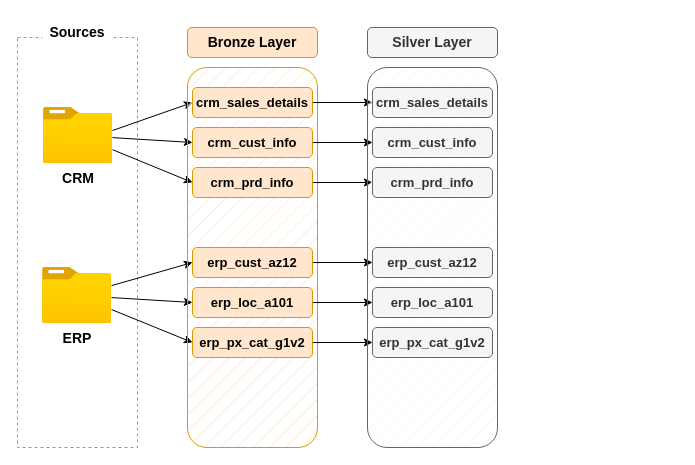
Before: images/data_flow.drawio in khanhnhan1512/SQL-Data-Warehouse-Project, a draw.io diagram. Source tidied: cells renumbered, new cells numbered last; positions are measured from the earlier drawing's top-left corner, leaving out a move shared by most shapes. Both pictures are drawn from the tidied source at 100%, with x=0, y=0 at pixel (17, 17).
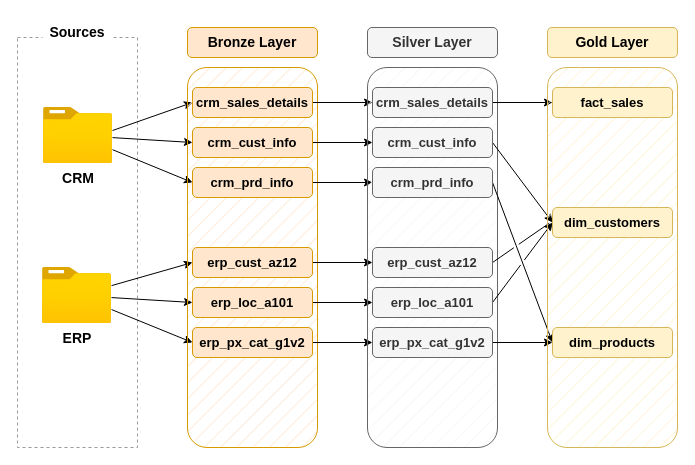
Above is the later version.

Commit message (it also covers changes not shown here):
finish gold layer

The change refers to these unchanged cells:
```xml
<mxCell id="30" value="&lt;b&gt;&lt;font style=&quot;font-size: 13px;&quot;&gt;crm_sales_details&lt;/font&gt;&lt;/b&gt;" style="rounded=1;whiteSpace=wrap;html=1;fillColor=#f5f5f5;strokeColor=#666666;fontColor=#333333;" parent="1" vertex="1">
  <mxGeometry x="355" y="70" width="120" height="30" as="geometry" />
</mxCell>
<mxCell id="31" value="&lt;b&gt;&lt;font style=&quot;font-size: 13px;&quot;&gt;crm_cust_info&lt;/font&gt;&lt;/b&gt;" style="rounded=1;whiteSpace=wrap;html=1;fillColor=#f5f5f5;strokeColor=#666666;fontColor=#333333;" parent="1" vertex="1">
  <mxGeometry x="355" y="110" width="120" height="30" as="geometry" />
</mxCell>
<mxCell id="32" value="&lt;b&gt;&lt;font style=&quot;font-size: 13px;&quot;&gt;crm_prd_info&lt;/font&gt;&lt;/b&gt;" style="rounded=1;whiteSpace=wrap;html=1;fillColor=#f5f5f5;strokeColor=#666666;fontColor=#333333;" parent="1" vertex="1">
  <mxGeometry x="355" y="150" width="120" height="30" as="geometry" />
</mxCell>
<mxCell id="33" value="&lt;b&gt;&lt;font style=&quot;font-size: 13px;&quot;&gt;erp_cust_az12&lt;/font&gt;&lt;/b&gt;" style="rounded=1;whiteSpace=wrap;html=1;fillColor=#f5f5f5;strokeColor=#666666;fontColor=#333333;" parent="1" vertex="1">
  <mxGeometry x="355" y="230" width="120" height="30" as="geometry" />
</mxCell>
<mxCell id="34" value="&lt;b&gt;&lt;font style=&quot;font-size: 13px;&quot;&gt;erp_loc_a101&lt;/font&gt;&lt;/b&gt;" style="rounded=1;whiteSpace=wrap;html=1;fillColor=#f5f5f5;strokeColor=#666666;fontColor=#333333;" parent="1" vertex="1">
  <mxGeometry x="355" y="270" width="120" height="30" as="geometry" />
</mxCell>
<mxCell id="35" value="&lt;b&gt;&lt;font style=&quot;font-size: 13px;&quot;&gt;erp_px_cat_g1v2&lt;/font&gt;&lt;/b&gt;" style="rounded=1;whiteSpace=wrap;html=1;fillColor=#f5f5f5;strokeColor=#666666;fontColor=#333333;" parent="1" vertex="1">
  <mxGeometry x="355" y="310" width="120" height="30" as="geometry" />
</mxCell>
```

Change to the diagram source:
```diff
@@
-<mxGraphModel>
+<mxGraphModel background="#ffffff">
@@
+    <mxCell id="36" style="edgeStyle=none;html=1;exitX=1;exitY=0.5;exitDx=0;exitDy=0;entryX=0;entryY=0.5;entryDx=0;entryDy=0;" parent="1" edge="1" source="30" target="44">
+      <mxGeometry relative="1" as="geometry" />
+    </mxCell>
@@
+    <mxCell id="37" style="edgeStyle=none;html=1;exitX=1;exitY=0.5;exitDx=0;exitDy=0;entryX=0;entryY=0.5;entryDx=0;entryDy=0;jumpStyle=gap;" parent="1" edge="1" source="31" target="45">
+      <mxGeometry relative="1" as="geometry" />
+    </mxCell>
@@
+    <mxCell id="38" style="edgeStyle=none;html=1;exitX=1;exitY=0.5;exitDx=0;exitDy=0;entryX=0;entryY=0.5;entryDx=0;entryDy=0;jumpStyle=gap;" parent="1" edge="1" source="32" target="46">
+      <mxGeometry relative="1" as="geometry" />
+    </mxCell>
@@
+    <mxCell id="39" style="edgeStyle=none;html=1;exitX=1;exitY=0.5;exitDx=0;exitDy=0;jumpStyle=gap;" parent="1" edge="1" source="33">
+      <mxGeometry relative="1" as="geometry">
+        <mxPoint x="540" y="200" as="targetPoint" />
+      </mxGeometry>
+    </mxCell>
@@
+    <mxCell id="40" style="edgeStyle=none;html=1;exitX=1;exitY=0.5;exitDx=0;exitDy=0;entryX=0;entryY=0.5;entryDx=0;entryDy=0;jumpStyle=gap;" parent="1" edge="1" source="34" target="45">
+      <mxGeometry relative="1" as="geometry" />
+    </mxCell>
@@
+    <mxCell id="41" style="edgeStyle=none;html=1;entryX=0;entryY=0.5;entryDx=0;entryDy=0;jumpStyle=gap;" parent="1" edge="1" source="35" target="46">
+      <mxGeometry relative="1" as="geometry" />
+    </mxCell>
@@
+    <mxCell id="42" value="&lt;b&gt;&lt;font style=&quot;font-size: 14px;&quot;&gt;Gold Layer&lt;/font&gt;&lt;/b&gt;" style="rounded=1;whiteSpace=wrap;html=1;fillColor=#fff2cc;strokeColor=#d6b656;" parent="1" vertex="1">
+      <mxGeometry x="530" y="10" width="130" height="30" as="geometry" />
+    </mxCell>
+    <mxCell id="43" style="rounded=1;whiteSpace=wrap;html=1;fillColor=#fff2cc;strokeColor=#d6b656;fillStyle=hatch;" parent="1" vertex="1">
+      <mxGeometry x="530" y="50" width="130" height="380" as="geometry" />
+    </mxCell>
+    <mxCell id="44" value="&lt;b&gt;&lt;font style=&quot;font-size: 13px;&quot;&gt;fact_sales&lt;/font&gt;&lt;/b&gt;" style="rounded=1;whiteSpace=wrap;html=1;fillColor=#fff2cc;strokeColor=#d6b656;" parent="1" vertex="1">
+      <mxGeometry x="535" y="70" width="120" height="30" as="geometry" />
+    </mxCell>
+    <mxCell id="45" value="&lt;b&gt;&lt;font style=&quot;font-size: 13px;&quot;&gt;dim_customers&lt;/font&gt;&lt;/b&gt;" style="rounded=1;whiteSpace=wrap;html=1;fillColor=#fff2cc;strokeColor=#d6b656;" parent="1" vertex="1">
+      <mxGeometry x="535" y="190" width="120" height="30" as="geometry" />
+    </mxCell>
+    <mxCell id="46" value="&lt;b&gt;&lt;font style=&quot;font-size: 13px;&quot;&gt;dim_products&lt;/font&gt;&lt;/b&gt;" style="rounded=1;whiteSpace=wrap;html=1;fillColor=#fff2cc;strokeColor=#d6b656;" parent="1" vertex="1">
+      <mxGeometry x="535" y="310" width="120" height="30" as="geometry" />
+    </mxCell>
```
